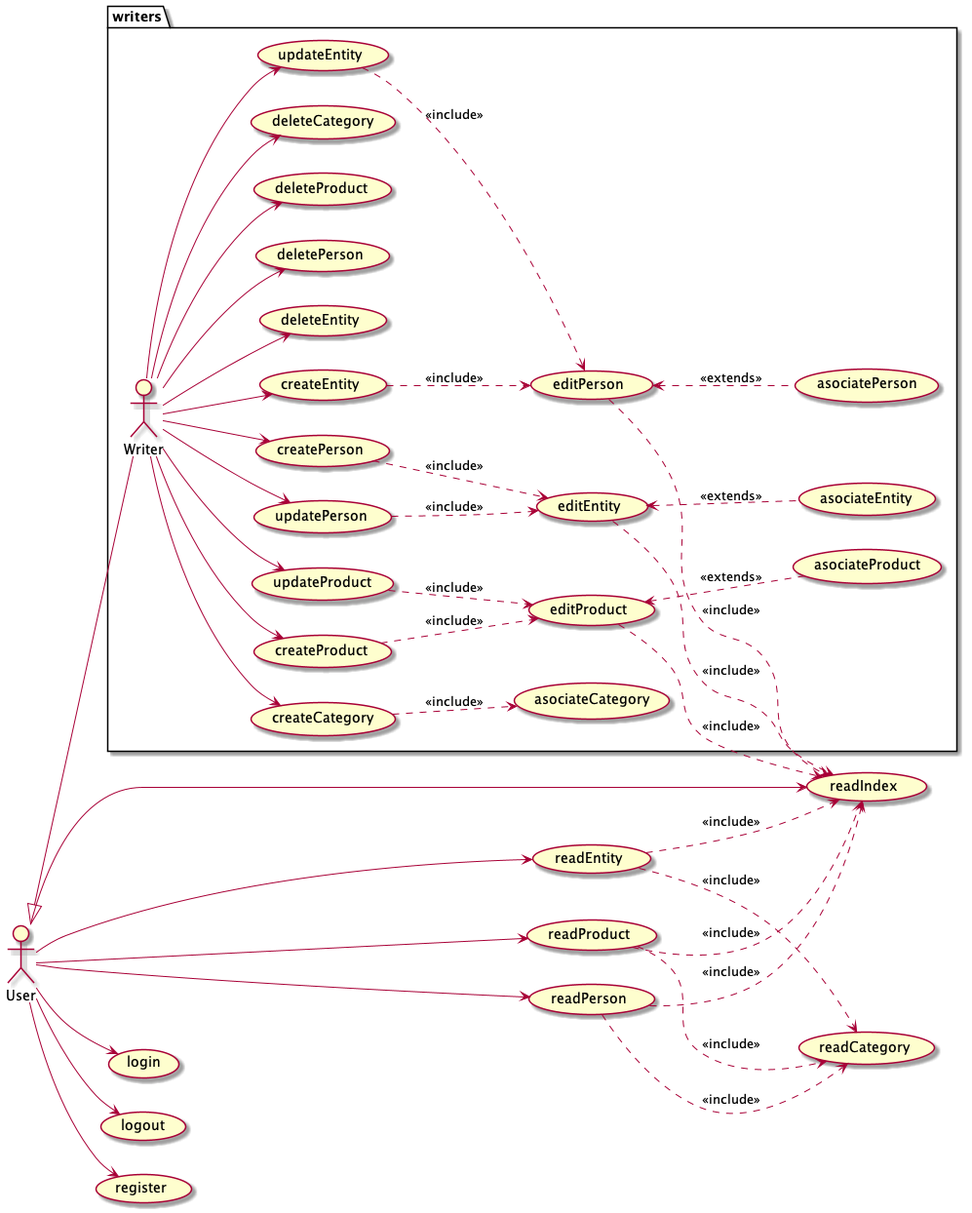
nataliacasanova/analesdelaciencia keeps this PlantUML diagram as img/diagramaActoresCasosUso.png. Above is the earlier version.
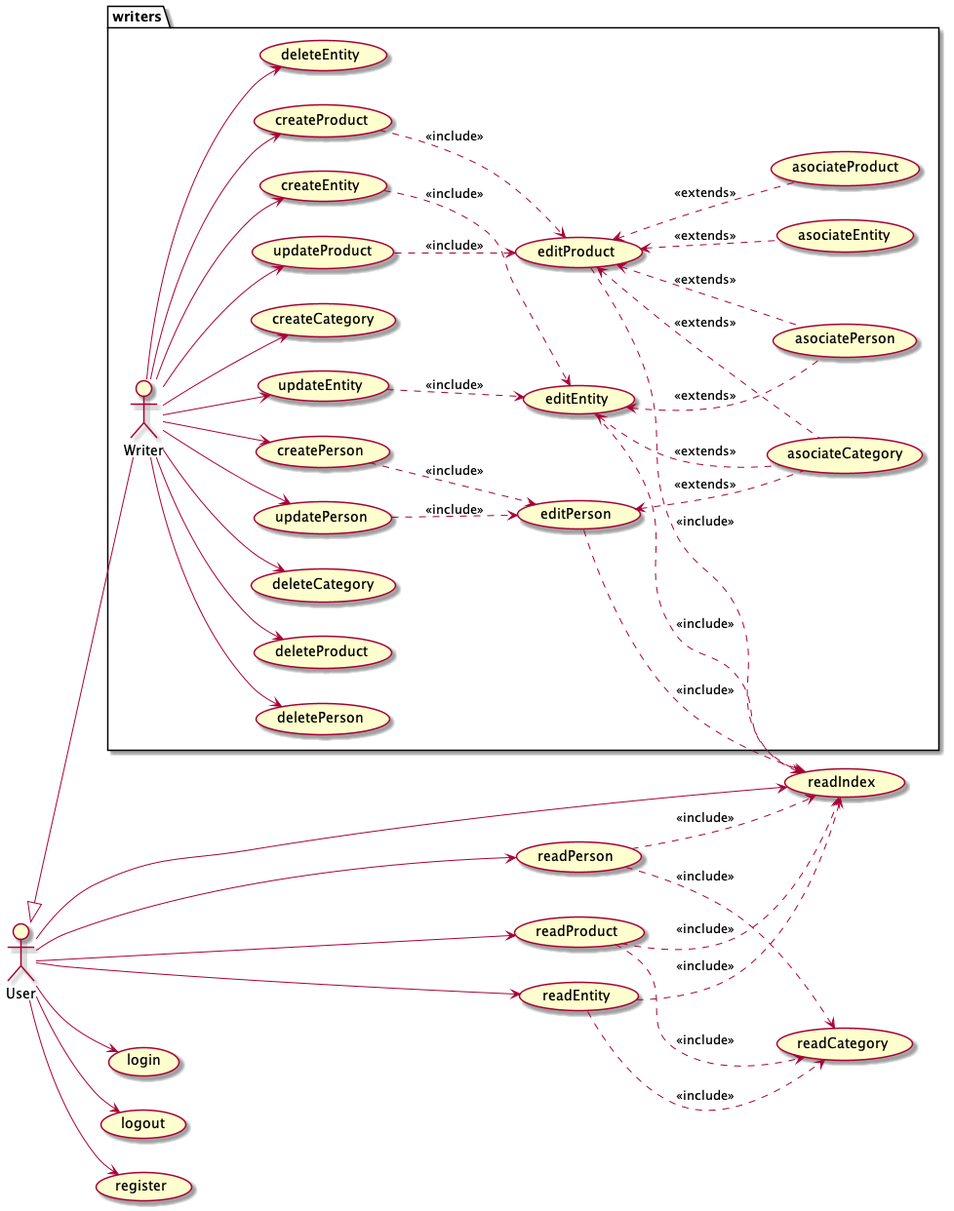
After the change.

Diff of the diagram source:
```diff
@@ -65,16 +65,23 @@
 
 
 
-createEntity ..> editPerson : <<include>>
-createPerson ..> editEntity : <<include>>
+createEntity ..> editEntity : <<include>>
+createPerson ..> editPerson : <<include>>
 createProduct ..> editProduct : <<include>>
-updateEntity ..> editPerson : <<include>>
-updatePerson ..> editEntity : <<include>>
+updateEntity ..> editEntity : <<include>>
+updatePerson ..> editPerson : <<include>>
 updateProduct ..> editProduct : <<include>>
-editEntity <.. asociateEntity: <<extends>>
-editPerson <.. asociatePerson: <<extends>>
+editEntity <.. asociatePerson: <<extends>>
+editEntity <.. asociateCategory: <<extends>>
+
+editProduct <.. asociatePerson: <<extends>>
+editProduct <.. asociateEntity: <<extends>>
+
+
+editPerson <.. asociateCategory: <<extends>>
+
 editProduct <.. asociateProduct: <<extends>>
-createCategory ..> asociateCategory: <<include>>
+editProduct <.. asociateCategory: <<extends>>
 
 editPerson ..> readIndex : <<include>>
 editEntity ..> readIndex : <<include>>
```
